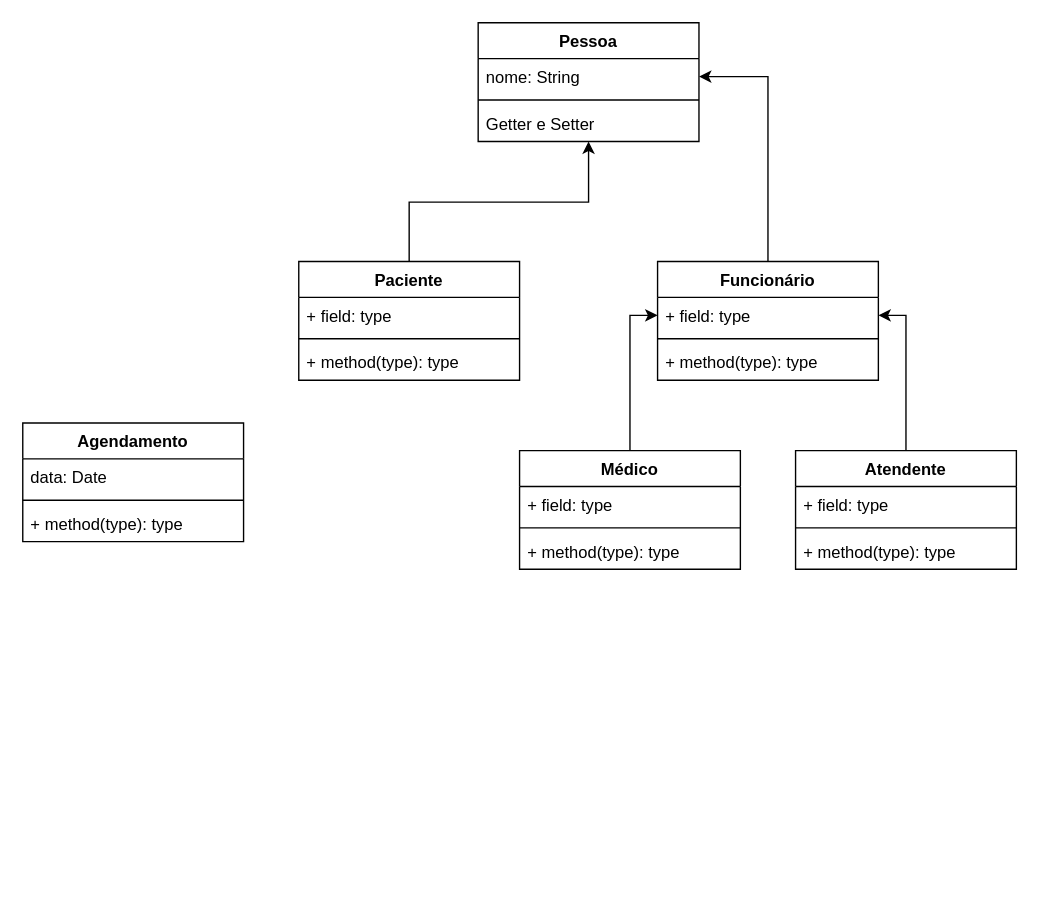
psdsantos/Saudepp keeps this draw.io diagram as Digrama_classes.drawio. Above is the earlier version. Source tidied: cells renumbered, new cells numbered last; positions are measured from the earlier drawing's top-left corner, leaving out a move shared by most shapes. Both pictures are drawn from the tidied source at 138%, with x=0, y=0 at pixel (22, 22).
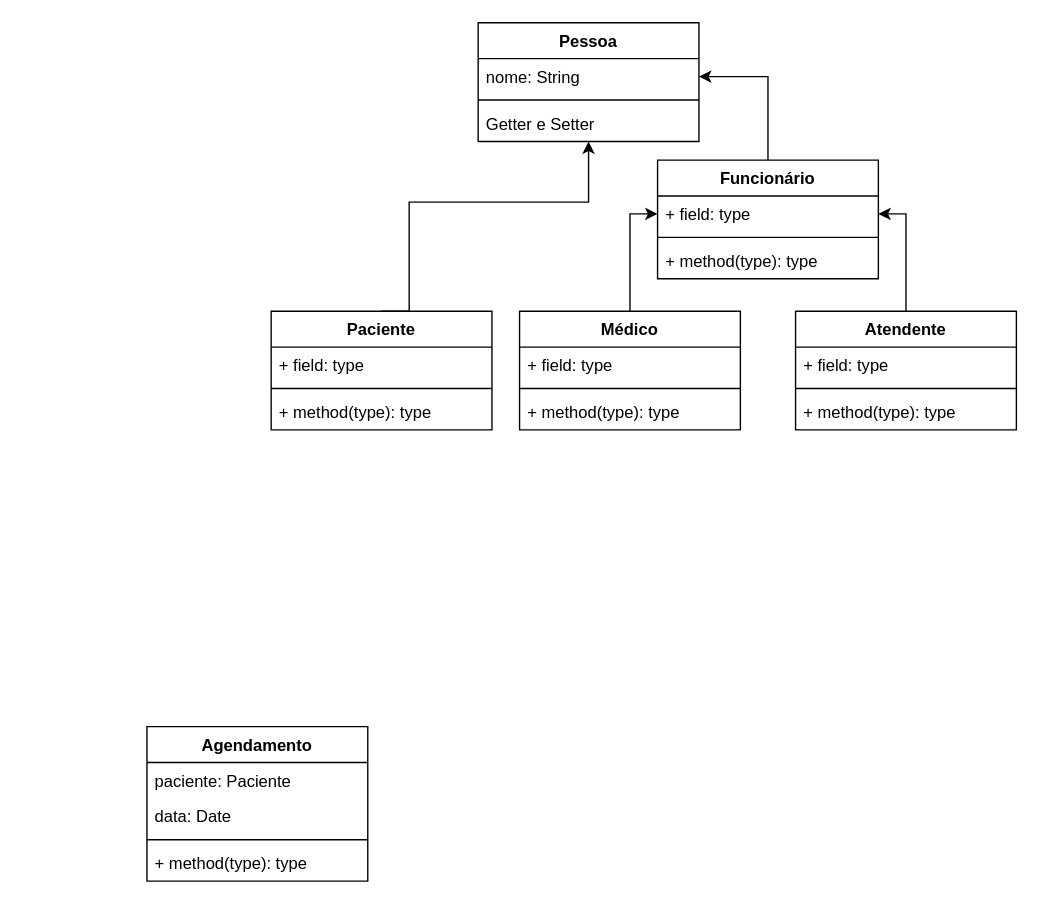
The same page after the edit.

The edit, as a diff of the source:
```diff
@@
     <mxCell id="2" value="Paciente" style="swimlane;fontStyle=1;align=center;verticalAlign=top;horizontal=1;startSize=26;" parent="1" vertex="1">
-      <mxGeometry x="200" y="173" width="160" height="86" as="geometry" />
+      <mxGeometry x="180" y="209" width="160" height="86" as="geometry" />
     </mxCell>
@@
     <mxCell id="6" value="Funcionário" style="swimlane;fontStyle=1;align=center;verticalAlign=top;horizontal=1;startSize=26;" parent="1" vertex="1">
-      <mxGeometry x="460" y="173" width="160" height="86" as="geometry" />
+      <mxGeometry x="460" y="99.5" width="160" height="86" as="geometry" />
     </mxCell>
@@
     <mxCell id="10" value="Médico" style="swimlane;fontStyle=1;align=center;verticalAlign=top;horizontal=1;startSize=26;" parent="1" vertex="1">
-      <mxGeometry x="360" y="310" width="160" height="86" as="geometry" />
+      <mxGeometry x="360" y="209" width="160" height="86" as="geometry" />
     </mxCell>
@@
     <mxCell id="14" value="Atendente" style="swimlane;fontStyle=1;align=center;verticalAlign=top;horizontal=1;startSize=26;" parent="1" vertex="1">
-      <mxGeometry x="560" y="310" width="160" height="86" as="geometry" />
+      <mxGeometry x="560" y="209" width="160" height="86" as="geometry" />
     </mxCell>
@@
     <mxCell id="26" value="Agendamento" style="swimlane;fontStyle=1;align=center;verticalAlign=top;horizontal=1;startSize=26;" parent="1" vertex="1">
-      <mxGeometry y="290" width="160" height="86" as="geometry" />
+      <mxGeometry x="90" y="510" width="160" height="112" as="geometry" />
     </mxCell>
+    <mxCell id="32" value="paciente: Paciente" style="text;strokeColor=none;fillColor=none;align=left;verticalAlign=top;spacingLeft=4;spacingRight=4;overflow=hidden;" parent="26" vertex="1">
+      <mxGeometry y="26" width="160" height="26" as="geometry" />
+    </mxCell>
     <mxCell id="27" value="data: Date" style="text;strokeColor=none;fillColor=none;align=left;verticalAlign=top;spacingLeft=4;spacingRight=4;overflow=hidden;" parent="26" vertex="1">
-      <mxGeometry y="26" width="160" height="26" as="geometry" />
+      <mxGeometry y="52" width="160" height="26" as="geometry" />
     </mxCell>
     <mxCell id="28" style="line;strokeWidth=1;fillColor=none;align=left;verticalAlign=middle;spacingTop=-1;spacingLeft=3;spacingRight=3;labelPosition=right;" parent="26" vertex="1">
-      <mxGeometry y="52" width="160" height="8" as="geometry" />
+      <mxGeometry y="78" width="160" height="8" as="geometry" />
     </mxCell>
     <mxCell id="29" value="+ method(type): type" style="text;strokeColor=none;fillColor=none;align=left;verticalAlign=top;spacingLeft=4;spacingRight=4;overflow=hidden;" parent="26" vertex="1">
-      <mxGeometry y="60" width="160" height="26" as="geometry" />
+      <mxGeometry y="86" width="160" height="26" as="geometry" />
     </mxCell>
```
